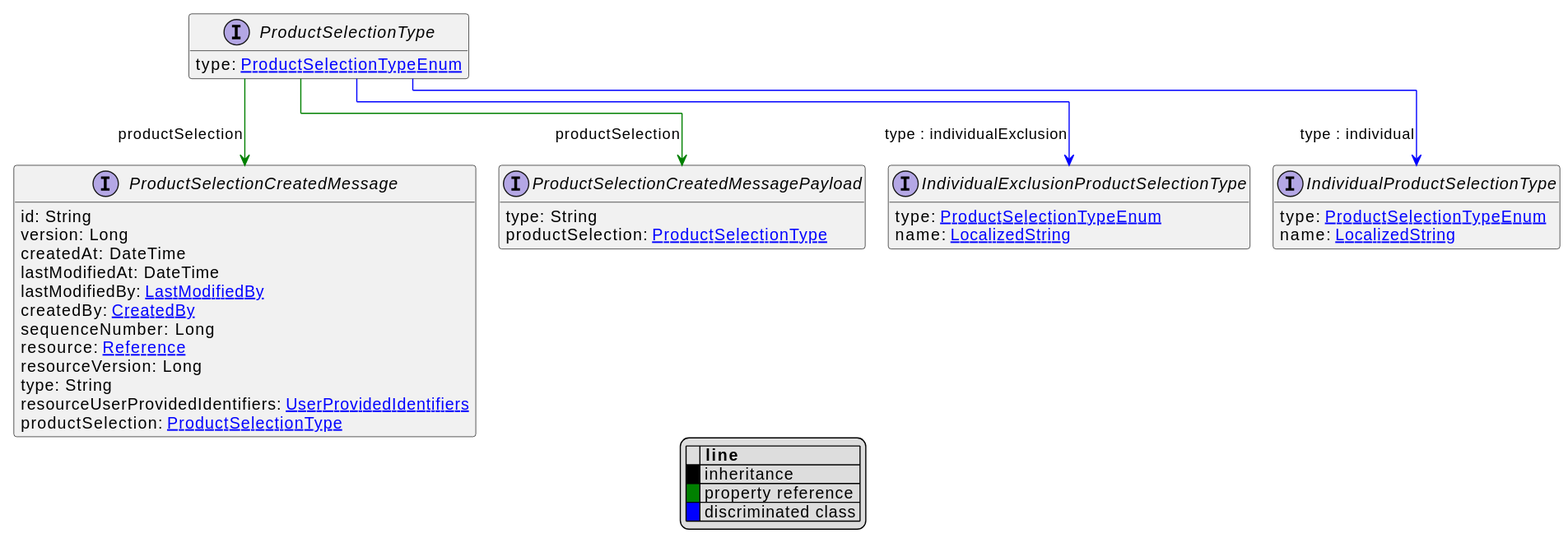
This is uml/api/svg/ProductSelectionType.svg from commercetools/commercetools-api-reference, a PlantUML export, as it was before one commit.
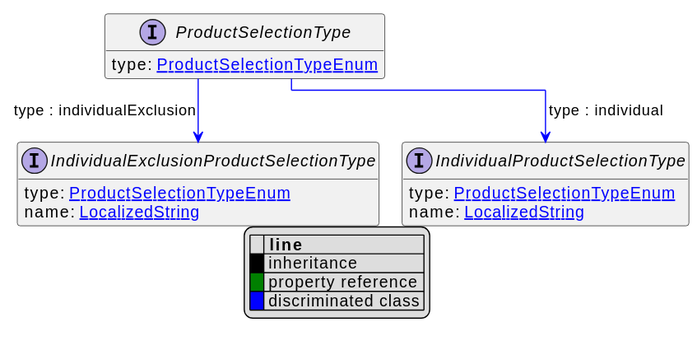
The same file after the commit.

What changed in the source:
```diff
@@ -21,26 +21,8 @@
     type: [[ProductSelectionTypeEnum.svg ProductSelectionTypeEnum]]
     name: [[LocalizedString.svg LocalizedString]]
 }
-interface ProductSelectionCreatedMessage [[ProductSelectionCreatedMessage.svg]]  {
-    id: String
-    version: Long
-    createdAt: DateTime
-    lastModifiedAt: DateTime
-    lastModifiedBy: [[LastModifiedBy.svg LastModifiedBy]]
-    createdBy: [[CreatedBy.svg CreatedBy]]
-    sequenceNumber: Long
-    resource: [[Reference.svg Reference]]
-    resourceVersion: Long
-    type: String
-    resourceUserProvidedIdentifiers: [[UserProvidedIdentifiers.svg UserProvidedIdentifiers]]
-    productSelection: [[ProductSelectionType.svg ProductSelectionType]]
-}
-interface ProductSelectionCreatedMessagePayload [[ProductSelectionCreatedMessagePayload.svg]]  {
-    type: String
-    productSelection: [[ProductSelectionType.svg ProductSelectionType]]
-}
+
 ProductSelectionType --> IndividualExclusionProductSelectionType #blue;text:blue : "type : individualExclusion"
 ProductSelectionType --> IndividualProductSelectionType #blue;text:blue : "type : individual"
-ProductSelectionType --> ProductSelectionCreatedMessage #green;text:green : "productSelection"
-ProductSelectionType --> ProductSelectionCreatedMessagePayload #green;text:green : "productSelection"
+
 @enduml
```
